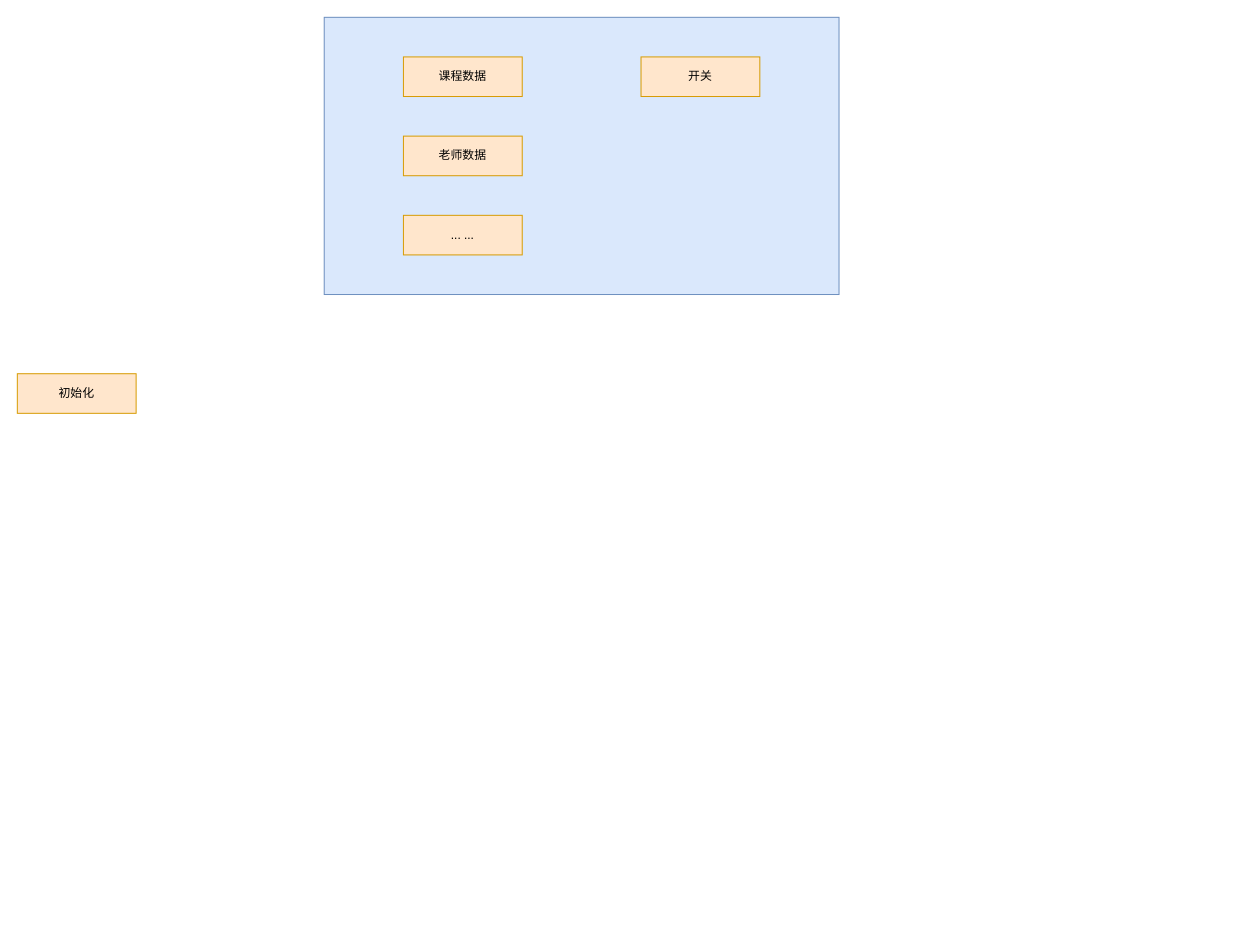
LanSeTianYe/draw keeps this draw.io diagram as xiwang/缓存SDK.drawio. Above is the earlier version. Source tidied: cells renumbered, new cells numbered last; positions are measured from the earlier drawing's top-left corner, leaving out a move shared by most shapes. Both pictures are drawn from the tidied source at 99%, with x=0, y=0 at pixel (17, 17).
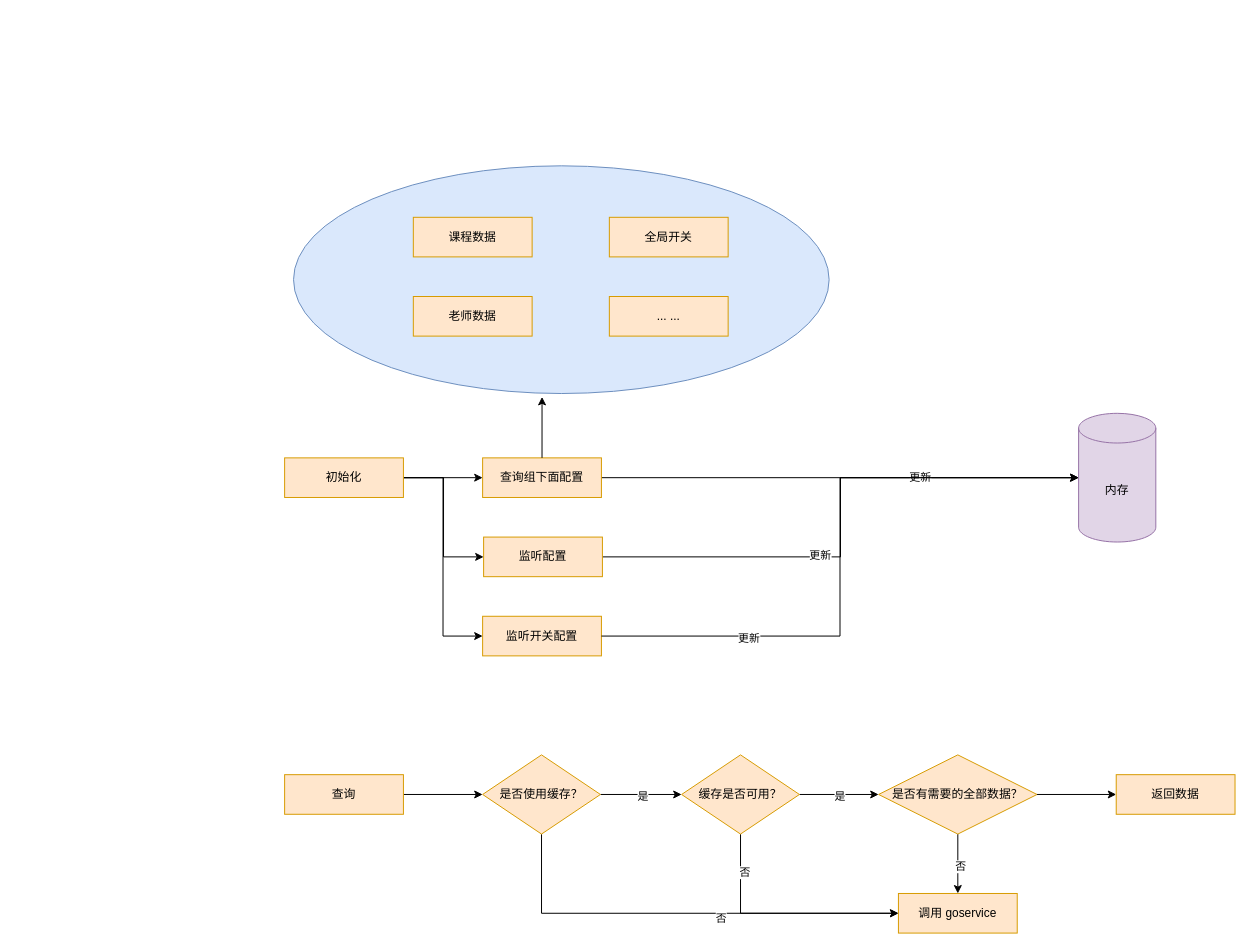
The same diagram, later.

What changed in the source:
```diff
@@
-    <mxCell id="2" style="rounded=0;whiteSpace=wrap;html=1;fillColor=#dae8fc;strokeColor=#6c8ebf;" parent="1" vertex="1">
-      <mxGeometry x="310" width="520" height="280" as="geometry" />
-    </mxCell>
+    <mxCell id="8" style="ellipse;whiteSpace=wrap;html=1;fillColor=#dae8fc;strokeColor=#6c8ebf;" parent="1" vertex="1">
+      <mxGeometry x="279" y="150" width="541" height="230" as="geometry" />
+    </mxCell>
+    <mxCell id="9" style="edgeStyle=orthogonalEdgeStyle;rounded=0;jettySize=auto;html=1;exitX=1;exitY=0.5;exitDx=0;exitDy=0;" parent="1" edge="1" source="3" target="14">
+      <mxGeometry relative="1" as="geometry" />
+    </mxCell>
+    <mxCell id="10" style="edgeStyle=orthogonalEdgeStyle;rounded=0;jettySize=auto;html=1;exitX=1;exitY=0.5;exitDx=0;exitDy=0;entryX=0;entryY=0.5;entryDx=0;entryDy=0;" parent="1" edge="1" source="3" target="17">
+      <mxGeometry relative="1" as="geometry" />
+    </mxCell>
+    <mxCell id="11" style="edgeStyle=orthogonalEdgeStyle;rounded=0;jettySize=auto;html=1;exitX=1;exitY=0.5;exitDx=0;exitDy=0;entryX=0;entryY=0.5;entryDx=0;entryDy=0;" parent="1" edge="1" source="3" target="18">
+      <mxGeometry relative="1" as="geometry" />
+    </mxCell>
     <mxCell id="3" value="初始化" style="rounded=0;whiteSpace=wrap;html=1;fillColor=#ffe6cc;strokeColor=#d79b00;" parent="1" vertex="1">
-      <mxGeometry y="360" width="120" height="40" as="geometry" />
+      <mxGeometry x="270" y="445" width="120" height="40" as="geometry" />
     </mxCell>
     <mxCell id="4" value="课程数据" style="rounded=0;whiteSpace=wrap;html=1;fillColor=#ffe6cc;strokeColor=#d79b00;" parent="1" vertex="1">
-      <mxGeometry x="390" y="40" width="120" height="40" as="geometry" />
+      <mxGeometry x="400" y="202" width="120" height="40" as="geometry" />
     </mxCell>
     <mxCell id="5" value="老师数据" style="rounded=0;whiteSpace=wrap;html=1;fillColor=#ffe6cc;strokeColor=#d79b00;" parent="1" vertex="1">
-      <mxGeometry x="390" y="120" width="120" height="40" as="geometry" />
+      <mxGeometry x="400" y="282" width="120" height="40" as="geometry" />
     </mxCell>
-    <mxCell id="6" value="开关" style="rounded=0;whiteSpace=wrap;html=1;fillColor=#ffe6cc;strokeColor=#d79b00;" parent="1" vertex="1">
-      <mxGeometry x="630" y="40" width="120" height="40" as="geometry" />
-    </mxCell>
     <mxCell id="7" value="... ..." style="rounded=0;whiteSpace=wrap;html=1;fillColor=#ffe6cc;strokeColor=#d79b00;" parent="1" vertex="1">
-      <mxGeometry x="390" y="200" width="120" height="40" as="geometry" />
+      <mxGeometry x="598" y="282" width="120" height="40" as="geometry" />
     </mxCell>
+    <mxCell id="12" style="edgeStyle=orthogonalEdgeStyle;rounded=0;jettySize=auto;html=1;exitX=1;exitY=0.5;exitDx=0;exitDy=0;" parent="1" edge="1" source="14" target="19">
+      <mxGeometry relative="1" as="geometry" />
+    </mxCell>
+    <mxCell id="13" value="更新" style="edgeLabel;html=1;align=center;verticalAlign=middle;" parent="12" vertex="1">
+      <mxGeometry x="0.33" y="1" relative="1" as="geometry" />
+    </mxCell>
+    <mxCell id="14" value="查询组下面配置" style="rounded=0;whiteSpace=wrap;html=1;fillColor=#ffe6cc;strokeColor=#d79b00;" parent="1" vertex="1">
+      <mxGeometry x="470" y="445" width="120" height="40" as="geometry" />
+    </mxCell>
+    <mxCell id="15" style="edgeStyle=orthogonalEdgeStyle;rounded=0;jettySize=auto;html=1;exitX=1;exitY=0.5;exitDx=0;exitDy=0;" parent="1" edge="1" source="17" target="19">
+      <mxGeometry relative="1" as="geometry" />
+    </mxCell>
+    <mxCell id="16" value="更新" style="edgeLabel;html=1;align=center;verticalAlign=middle;" parent="15" vertex="1">
+      <mxGeometry x="-0.22" y="2" relative="1" as="geometry" />
+    </mxCell>
+    <mxCell id="17" value="监听配置" style="rounded=0;whiteSpace=wrap;html=1;fillColor=#ffe6cc;strokeColor=#d79b00;" parent="1" vertex="1">
+      <mxGeometry x="471" y="525" width="120" height="40" as="geometry" />
+    </mxCell>
+    <mxCell id="18" value="监听开关配置" style="rounded=0;whiteSpace=wrap;html=1;fillColor=#ffe6cc;strokeColor=#d79b00;" parent="1" vertex="1">
+      <mxGeometry x="470" y="605" width="120" height="40" as="geometry" />
+    </mxCell>
+    <mxCell id="19" value="内存" style="shape=cylinder3;whiteSpace=wrap;html=1;boundedLbl=1;backgroundOutline=1;size=15;fillColor=#e1d5e7;strokeColor=#9673a6;" parent="1" vertex="1">
+      <mxGeometry x="1072" y="400" width="78" height="130" as="geometry" />
+    </mxCell>
+    <mxCell id="20" style="edgeStyle=orthogonalEdgeStyle;rounded=0;jettySize=auto;html=1;exitX=1;exitY=0.5;exitDx=0;exitDy=0;entryX=0;entryY=0.5;entryDx=0;entryDy=0;entryPerimeter=0;" parent="1" edge="1" source="18" target="19">
+      <mxGeometry relative="1" as="geometry" />
+    </mxCell>
+    <mxCell id="21" value="更新" style="edgeLabel;html=1;align=center;verticalAlign=middle;" parent="20" vertex="1">
+      <mxGeometry x="-0.54" y="-1" relative="1" as="geometry" />
+    </mxCell>
+    <mxCell id="22" value="全局开关" style="rounded=0;whiteSpace=wrap;html=1;fillColor=#ffe6cc;strokeColor=#d79b00;" parent="1" vertex="1">
+      <mxGeometry x="598" y="202" width="120" height="40" as="geometry" />
+    </mxCell>
+    <mxCell id="23" style="edgeStyle=orthogonalEdgeStyle;rounded=0;jettySize=auto;html=1;exitX=1;exitY=0.5;exitDx=0;exitDy=0;" parent="1" edge="1" source="24" target="39">
+      <mxGeometry relative="1" as="geometry" />
+    </mxCell>
+    <mxCell id="24" value="查询" style="rounded=0;whiteSpace=wrap;html=1;fillColor=#ffe6cc;strokeColor=#d79b00;" parent="1" vertex="1">
+      <mxGeometry x="270" y="765" width="120" height="40" as="geometry" />
+    </mxCell>
+    <mxCell id="25" style="edgeStyle=orthogonalEdgeStyle;rounded=0;jettySize=auto;html=1;exitX=1;exitY=0.5;exitDx=0;exitDy=0;entryX=0;entryY=0.5;entryDx=0;entryDy=0;" parent="1" edge="1" source="29" target="34">
+      <mxGeometry relative="1" as="geometry" />
+    </mxCell>
+    <mxCell id="26" value="是" style="edgeLabel;html=1;align=center;verticalAlign=middle;" parent="25" vertex="1">
+      <mxGeometry y="-1" relative="1" as="geometry" />
+    </mxCell>
+    <mxCell id="27" style="edgeStyle=orthogonalEdgeStyle;rounded=0;jettySize=auto;html=1;exitX=0.5;exitY=1;exitDx=0;exitDy=0;entryX=0;entryY=0.5;entryDx=0;entryDy=0;" parent="1" edge="1" source="29" target="30">
+      <mxGeometry relative="1" as="geometry" />
+    </mxCell>
+    <mxCell id="28" value="否" style="edgeLabel;html=1;align=center;verticalAlign=middle;" parent="27" vertex="1">
+      <mxGeometry x="-0.68" y="4" relative="1" as="geometry" />
+    </mxCell>
+    <mxCell id="29" value="缓存是否可用？" style="rhombus;whiteSpace=wrap;html=1;fillColor=#ffe6cc;strokeColor=#d79b00;" parent="1" vertex="1">
+      <mxGeometry x="671" y="745" width="119" height="80" as="geometry" />
+    </mxCell>
+    <mxCell id="30" value="调用 goservice" style="rounded=0;whiteSpace=wrap;html=1;fillColor=#ffe6cc;strokeColor=#d79b00;" parent="1" vertex="1">
+      <mxGeometry x="890" y="885" width="120" height="40" as="geometry" />
+    </mxCell>
+    <mxCell id="31" style="edgeStyle=orthogonalEdgeStyle;rounded=0;jettySize=auto;html=1;exitX=1;exitY=0.5;exitDx=0;exitDy=0;" parent="1" edge="1" source="34" target="40">
+      <mxGeometry relative="1" as="geometry" />
+    </mxCell>
+    <mxCell id="32" style="edgeStyle=orthogonalEdgeStyle;rounded=0;jettySize=auto;html=1;exitX=0.5;exitY=1;exitDx=0;exitDy=0;entryX=0.5;entryY=0;entryDx=0;entryDy=0;" parent="1" edge="1" source="34" target="30">
+      <mxGeometry relative="1" as="geometry" />
+    </mxCell>
+    <mxCell id="33" value="否" style="edgeLabel;html=1;align=center;verticalAlign=middle;" parent="32" vertex="1">
+      <mxGeometry x="0.07" y="2" relative="1" as="geometry" />
+    </mxCell>
+    <mxCell id="34" value="是否有需要的全部数据？" style="rhombus;whiteSpace=wrap;html=1;fillColor=#ffe6cc;strokeColor=#d79b00;" parent="1" vertex="1">
+      <mxGeometry x="870" y="745" width="160" height="80" as="geometry" />
+    </mxCell>
+    <mxCell id="35" style="edgeStyle=orthogonalEdgeStyle;rounded=0;jettySize=auto;html=1;exitX=1;exitY=0.5;exitDx=0;exitDy=0;" parent="1" edge="1" source="39" target="29">
+      <mxGeometry relative="1" as="geometry" />
+    </mxCell>
+    <mxCell id="36" value="是" style="edgeLabel;html=1;align=center;verticalAlign=middle;" parent="35" vertex="1">
+      <mxGeometry x="0.02" y="-1" relative="1" as="geometry" />
+    </mxCell>
+    <mxCell id="37" style="edgeStyle=orthogonalEdgeStyle;rounded=0;jettySize=auto;html=1;exitX=0.5;exitY=1;exitDx=0;exitDy=0;entryX=0;entryY=0.5;entryDx=0;entryDy=0;" parent="1" edge="1" source="39" target="30">
+      <mxGeometry relative="1" as="geometry" />
+    </mxCell>
+    <mxCell id="38" value="否" style="edgeLabel;html=1;align=center;verticalAlign=middle;" parent="37" vertex="1">
+      <mxGeometry x="0.18" y="-4" relative="1" as="geometry">
+        <mxPoint x="1" as="offset" />
+      </mxGeometry>
+    </mxCell>
+    <mxCell id="39" value="是否使用缓存？" style="rhombus;whiteSpace=wrap;html=1;fillColor=#ffe6cc;strokeColor=#d79b00;" parent="1" vertex="1">
+      <mxGeometry x="470" y="745" width="119" height="80" as="geometry" />
+    </mxCell>
+    <mxCell id="40" value="返回数据" style="rounded=0;whiteSpace=wrap;html=1;fillColor=#ffe6cc;strokeColor=#d79b00;" parent="1" vertex="1">
+      <mxGeometry x="1110" y="765" width="120" height="40" as="geometry" />
+    </mxCell>
+    <mxCell id="41" style="edgeStyle=orthogonalEdgeStyle;rounded=0;jettySize=auto;html=1;exitX=0.5;exitY=0;exitDx=0;exitDy=0;entryX=0.464;entryY=1.015;entryDx=0;entryDy=0;entryPerimeter=0;" parent="1" edge="1" source="14" target="8">
+      <mxGeometry relative="1" as="geometry" />
+    </mxCell>
```
